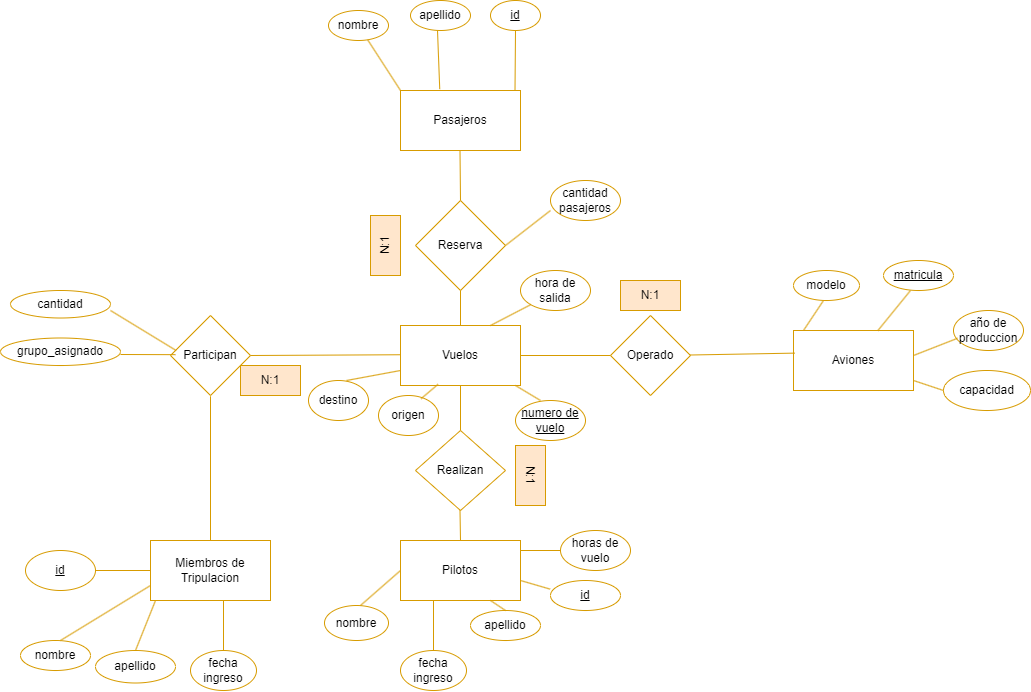
Earlier version of the draw.io export Diseño conceptual .drawio.png (NoeAvalos/Base-de-datos-Compa-ia-aerea). Source tidied: cells renumbered, new cells last; positions are measured from the earlier drawing's top-left corner, leaving out a move shared by most shapes.
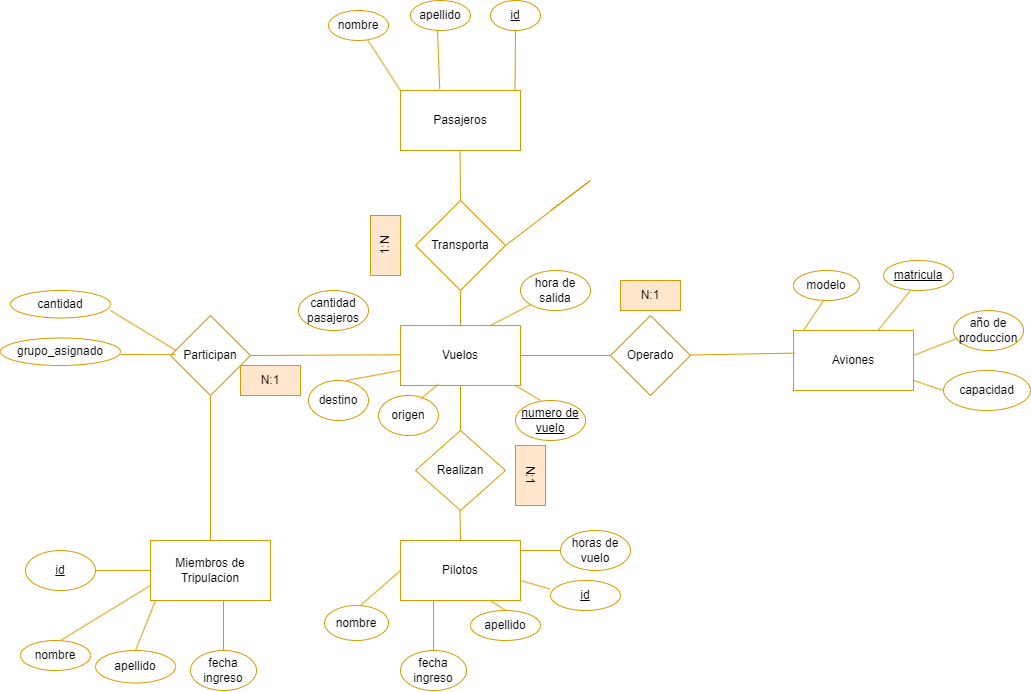
After the change.

Diff of the diagram source:
```diff
@@ -110,7 +110,7 @@
       <mxGeometry x="610" y="315" width="80" height="80" as="geometry" />
     </mxCell>
     <mxCell id="32" value="cantidad pasajeros" style="ellipse;whiteSpace=wrap;html=1;fillColor=none;strokeColor=#d79b00;" parent="1" vertex="1">
-      <mxGeometry x="550" y="180" width="70" height="40" as="geometry" />
+      <mxGeometry x="298" y="290" width="70" height="40" as="geometry" />
     </mxCell>
     <mxCell id="33" value="nombre" style="ellipse;whiteSpace=wrap;html=1;fillColor=none;strokeColor=#d79b00;" parent="1" vertex="1">
       <mxGeometry x="328" y="10" width="60" height="30" as="geometry" />
@@ -132,7 +132,7 @@
     <mxCell id="38" style="endArrow=none;html=1;rounded=0;entryX=0.5;entryY=1;entryDx=0;entryDy=0;exitX=0.5;exitY=0;exitDx=0;exitDy=0;fillColor=#ffe6cc;strokeColor=#d79b00;" parent="1" edge="1" source="9" target="39">
       <mxGeometry relative="1" as="geometry" />
     </mxCell>
-    <mxCell id="39" value="Reserva" style="rhombus;whiteSpace=wrap;html=1;fillColor=none;strokeColor=#d79b00;" parent="1" vertex="1">
+    <mxCell id="39" value="Transporta" style="rhombus;whiteSpace=wrap;html=1;fillColor=none;strokeColor=#d79b00;" parent="1" vertex="1">
       <mxGeometry x="415" y="200" width="90" height="90" as="geometry" />
     </mxCell>
     <mxCell id="40" style="endArrow=none;html=1;rounded=0;exitX=0;exitY=0;exitDx=0;exitDy=0;fillColor=#ffe6cc;strokeColor=#d79b00;" parent="1" edge="1" source="35" target="33">
@@ -165,6 +165,9 @@
     <mxCell id="46" style="endArrow=none;html=1;rounded=0;fillColor=#ffe6cc;strokeColor=#d79b00;exitX=1;exitY=0.5;exitDx=0;exitDy=0;" parent="1" edge="1" source="39">
       <mxGeometry relative="1" as="geometry">
         <mxPoint x="550" y="210" as="targetPoint" />
+        <Array as="points">
+          <mxPoint x="590" y="180" />
+        </Array>
       </mxGeometry>
     </mxCell>
     <mxCell id="47" style="endArrow=none;html=1;rounded=0;fillColor=#ffe6cc;strokeColor=#d79b00;" parent="1" edge="1">
@@ -215,7 +218,7 @@
         <mxPoint x="210" y="395.8" as="sourcePoint" />
       </mxGeometry>
     </mxCell>
-    <mxCell id="57" value="N:1" style="text;html=1;strokeColor=#d79b00;fillColor=#ffe6cc;align=center;verticalAlign=middle;whiteSpace=wrap;rounded=0;rotation=-90;direction=west;" parent="1" vertex="1">
+    <mxCell id="57" value="1:N&lt;br&gt;" style="text;html=1;strokeColor=#d79b00;fillColor=#ffe6cc;align=center;verticalAlign=middle;whiteSpace=wrap;rounded=0;rotation=-90;direction=west;" parent="1" vertex="1">
       <mxGeometry x="355" y="230" width="60" height="30" as="geometry" />
     </mxCell>
     <mxCell id="58" value="N:1" style="text;html=1;strokeColor=#d79b00;fillColor=#ffe6cc;align=center;verticalAlign=middle;whiteSpace=wrap;rounded=0;" parent="1" vertex="1">
```
